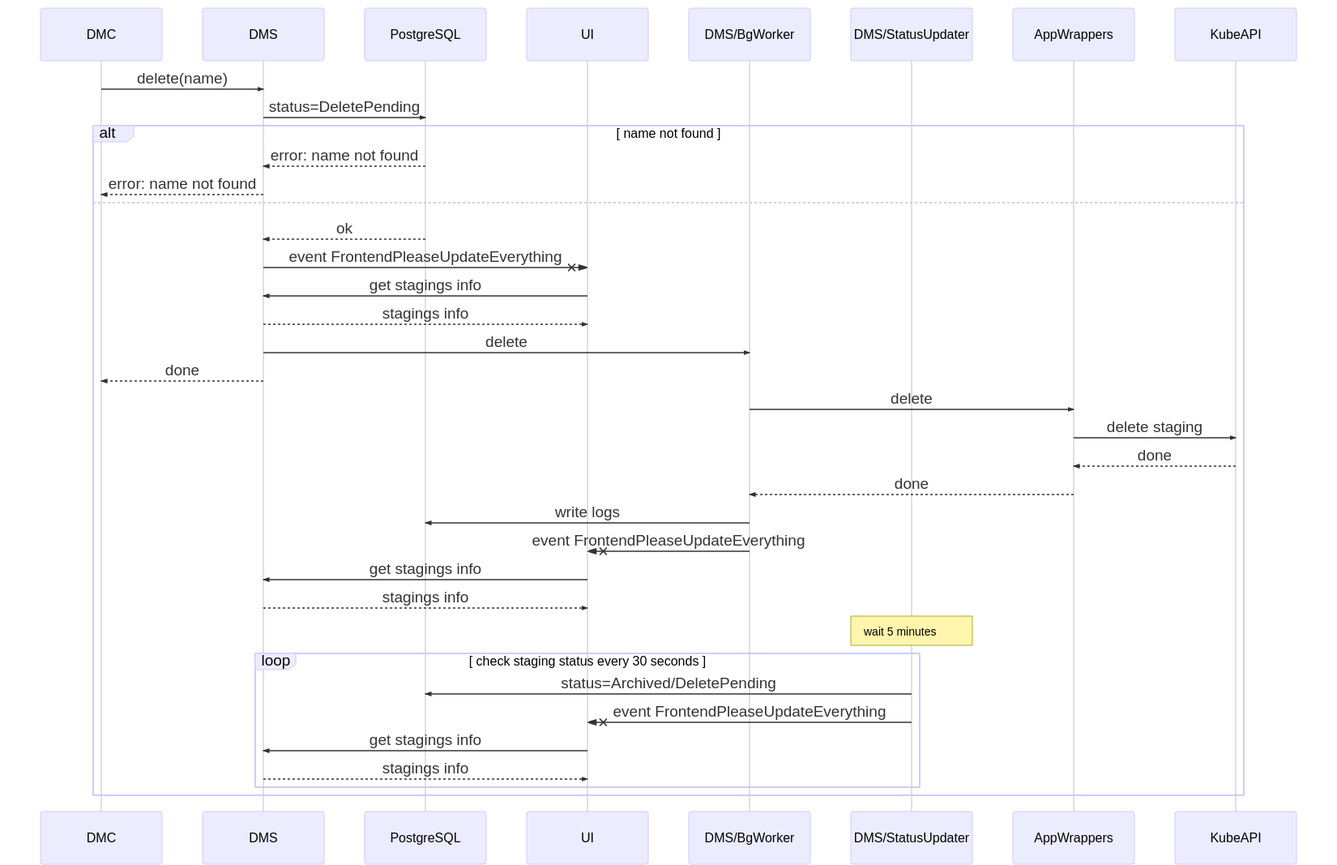
The Mermaid diagram docs/diagrams/images/technical-architecture-delete-via-cli.png in typeable/octopod, before a commit. Its source is kept beside it as docs/diagrams/src/technical-architecture-delete-via-cli.mmd.
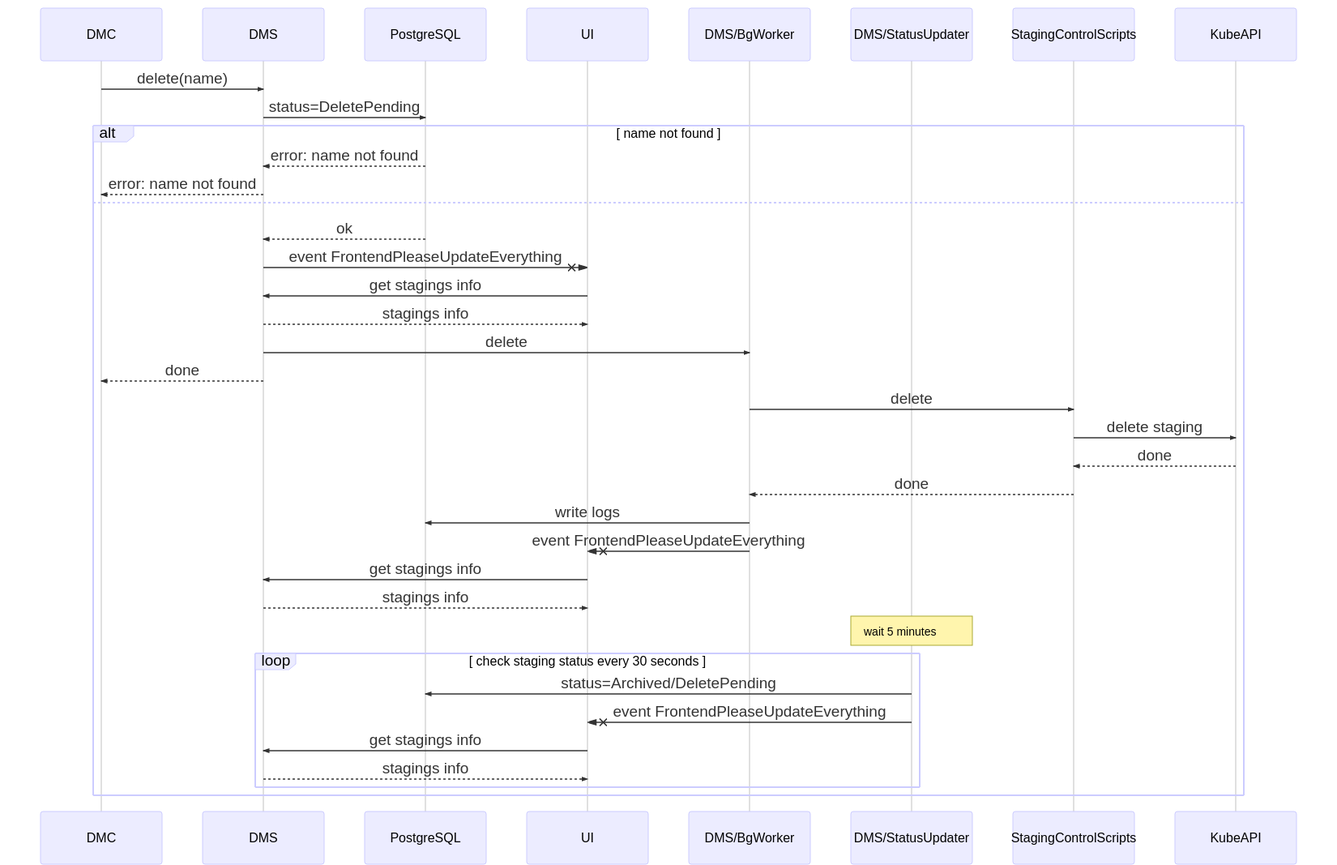
After the commit.

The edit, as a diff of the source:
```diff
@@ -5,7 +5,7 @@
     participant UI
     participant DMS/BgWorker
     participant DMS/StatusUpdater
-    participant AppWrappers
+    participant StagingControlScripts
     participant KubeAPI
     DMC->>DMS: delete(name)
     DMS->>PostgreSQL: status=DeletePending
@@ -19,10 +19,10 @@
         DMS-->>UI: stagings info
         DMS->>DMS/BgWorker: delete
         DMS-->>DMC: done
-        DMS/BgWorker->>AppWrappers: delete
-        AppWrappers->>KubeAPI: delete staging
-        KubeAPI-->>AppWrappers: done
-        AppWrappers-->>DMS/BgWorker: done
+        DMS/BgWorker->>StagingControlScripts: delete
+        StagingControlScripts->>KubeAPI: delete staging
+        KubeAPI-->>StagingControlScripts: done
+        StagingControlScripts-->>DMS/BgWorker: done
         DMS/BgWorker->>PostgreSQL: write logs
         DMS/BgWorker-xUI: event FrontendPleaseUpdateEverything
         UI->>DMS: get stagings info
```
